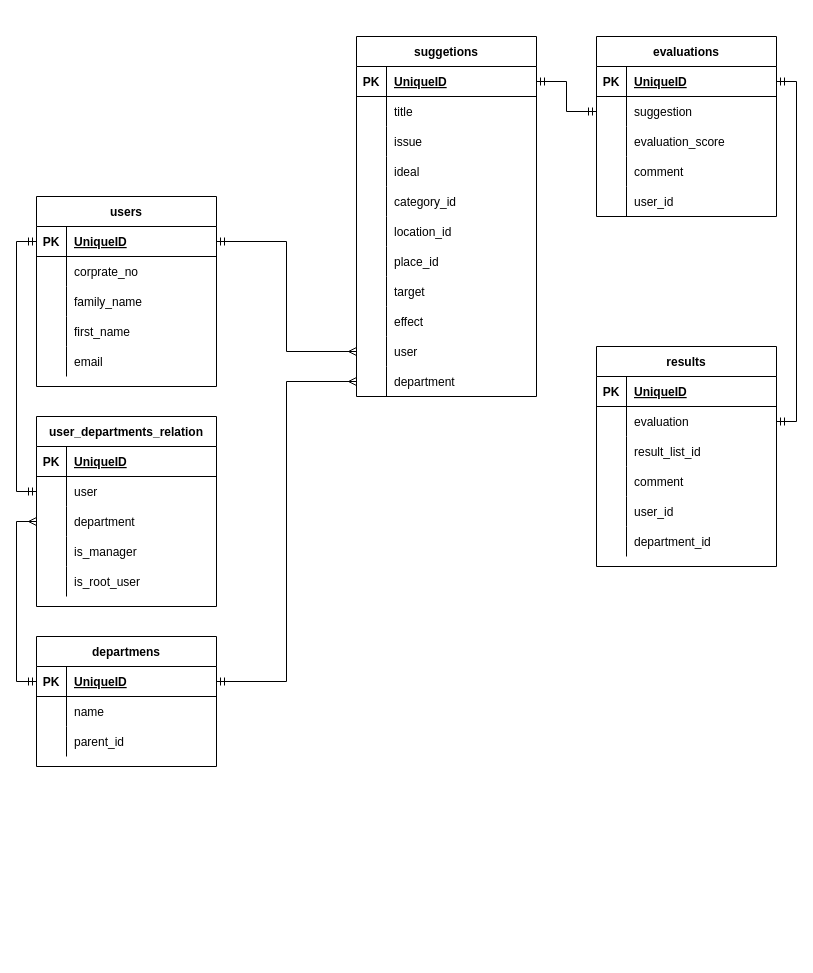
Above: db/suggestion_box_ER.dio in f-mio/suggestion_box (draw.io), before the change. Source tidied: cells renumbered, new cells numbered last; positions are measured from the earlier drawing's top-left corner, leaving out a move shared by most shapes. Both pictures are drawn from the tidied source at 100%, with x=0, y=0 at pixel (36, 36).
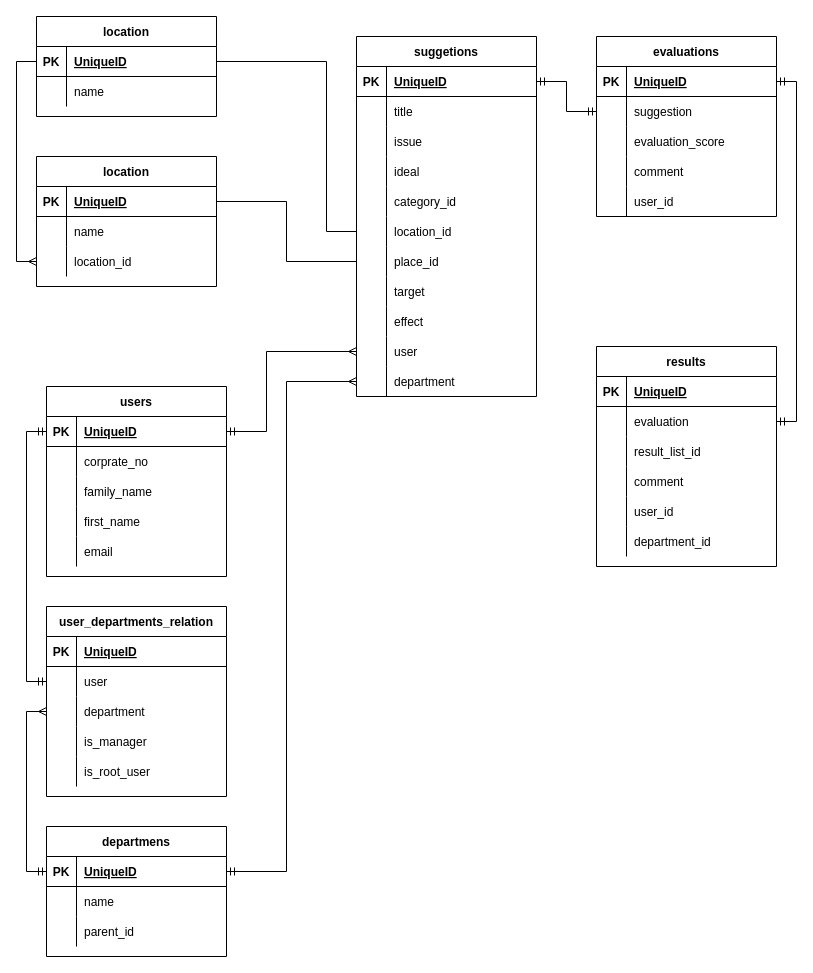
The same diagram, later.

The change refers to these unchanged cells:
```xml
<mxCell id="18" style="shape=partialRectangle;fillColor=none;top=0;left=0;bottom=0;right=0;points=[[0,0.5],[1,0.5]];portConstraint=eastwest;" parent="2" vertex="1">
  <mxGeometry y="180" width="180" height="30" as="geometry" />
</mxCell>
<mxCell id="21" style="shape=partialRectangle;fillColor=none;top=0;left=0;bottom=0;right=0;points=[[0,0.5],[1,0.5]];portConstraint=eastwest;" parent="2" vertex="1">
  <mxGeometry y="210" width="180" height="30" as="geometry" />
</mxCell>
<mxCell id="30" style="shape=partialRectangle;fillColor=none;top=0;left=0;bottom=0;right=0;points=[[0,0.5],[1,0.5]];portConstraint=eastwest;" parent="2" vertex="1">
  <mxGeometry y="300" width="180" height="30" as="geometry" />
</mxCell>
<mxCell id="33" style="shape=partialRectangle;fillColor=none;top=0;left=0;bottom=0;right=0;points=[[0,0.5],[1,0.5]];portConstraint=eastwest;" parent="2" vertex="1">
  <mxGeometry y="330" width="180" height="30" as="geometry" />
</mxCell>
<mxCell id="37" style="shape=partialRectangle;fillColor=none;top=0;left=0;bottom=1;right=0;points=[[0,0.5],[1,0.5]];portConstraint=eastwest;" parent="36" vertex="1">
  <mxGeometry y="30" width="180" height="30" as="geometry" />
</mxCell>
<mxCell id="91" style="shape=partialRectangle;fillColor=none;top=0;left=0;bottom=1;right=0;points=[[0,0.5],[1,0.5]];portConstraint=eastwest;" parent="90" vertex="1">
  <mxGeometry y="30" width="180" height="30" as="geometry" />
</mxCell>
```

The edit, as a diff of the source:
```diff
@@
     <mxCell id="36" value="users" style="shape=table;startSize=30;childLayout=tableLayout;rowLines=0;fontStyle=1;align=center;" parent="1" vertex="1">
-      <mxGeometry y="160" width="180" height="190" as="geometry" />
+      <mxGeometry x="10" y="350" width="180" height="190" as="geometry" />
     </mxCell>
@@
     <mxCell id="87" style="edgeStyle=orthogonalEdgeStyle;rounded=0;jettySize=auto;html=1;entryX=0;entryY=0.5;entryDx=0;entryDy=0;endArrow=ERmany;endFill=0;startArrow=ERmandOne;startFill=0;" parent="1" edge="1" source="37" target="30">
-      <mxGeometry relative="1" as="geometry" />
+      <mxGeometry relative="1" as="geometry">
+        <Array as="points">
+          <mxPoint x="230" y="395" />
+          <mxPoint x="230" y="315" />
+        </Array>
+      </mxGeometry>
     </mxCell>
@@
     <mxCell id="90" value="departmens" style="shape=table;startSize=30;childLayout=tableLayout;rowLines=0;fontStyle=1;align=center;" parent="1" vertex="1">
-      <mxGeometry y="600" width="180" height="130" as="geometry" />
+      <mxGeometry x="10" y="790" width="180" height="130" as="geometry" />
     </mxCell>
@@
     <mxCell id="100" value="user_departments_relation" style="shape=table;startSize=30;childLayout=tableLayout;rowLines=0;fontStyle=1;align=center;" parent="1" vertex="1">
-      <mxGeometry y="380" width="180" height="190" as="geometry" />
+      <mxGeometry x="10" y="570" width="180" height="190" as="geometry" />
     </mxCell>
@@
     <mxCell id="118" style="edgeStyle=orthogonalEdgeStyle;rounded=0;jettySize=auto;html=1;exitX=1;exitY=0.5;exitDx=0;exitDy=0;entryX=0;entryY=0.5;entryDx=0;entryDy=0;startArrow=ERmandOne;startFill=0;endArrow=ERmany;endFill=0;" parent="1" edge="1" source="91" target="33">
-      <mxGeometry relative="1" as="geometry" />
+      <mxGeometry relative="1" as="geometry">
+        <Array as="points">
+          <mxPoint x="250" y="835" />
+          <mxPoint x="250" y="345" />
+        </Array>
+      </mxGeometry>
     </mxCell>
+    <mxCell id="119" value="location" style="shape=table;startSize=30;childLayout=tableLayout;rowLines=0;fontStyle=1;align=center;" parent="1" vertex="1">
+      <mxGeometry y="-20" width="180" height="100" as="geometry" />
+    </mxCell>
+    <mxCell id="120" style="shape=partialRectangle;fillColor=none;top=0;left=0;bottom=1;right=0;points=[[0,0.5],[1,0.5]];portConstraint=eastwest;" parent="119" vertex="1">
+      <mxGeometry y="30" width="180" height="30" as="geometry" />
+    </mxCell>
+    <mxCell id="121" value="PK" style="shape=partialRectangle;fillColor=none;top=0;left=0;bottom=0;right=0;fontStyle=1;overflow=hidden;" parent="120" vertex="1">
+      <mxGeometry width="30" height="30" as="geometry" />
+    </mxCell>
+    <mxCell id="122" value="UniqueID" style="shape=partialRectangle;fillColor=none;top=0;left=0;bottom=0;right=0;align=left;spacingLeft=6;fontStyle=5;overflow=hidden;" parent="120" vertex="1">
+      <mxGeometry x="30" width="150" height="30" as="geometry" />
+    </mxCell>
+    <mxCell id="123" style="shape=partialRectangle;fillColor=none;top=0;left=0;bottom=0;right=0;" parent="119" vertex="1">
+      <mxGeometry y="60" width="180" height="30" as="geometry" />
+    </mxCell>
+    <mxCell id="124" style="shape=partialRectangle;fillColor=none;top=0;left=0;bottom=0;right=0;overflow=hidden;" parent="123" vertex="1">
+      <mxGeometry width="30" height="30" as="geometry" />
+    </mxCell>
+    <mxCell id="125" value="name" style="shape=partialRectangle;fillColor=none;top=0;left=0;bottom=0;right=0;align=left;spacingLeft=6;overflow=hidden;" parent="123" vertex="1">
+      <mxGeometry x="30" width="150" height="30" as="geometry" />
+    </mxCell>
+    <mxCell id="126" value="location" style="shape=table;startSize=30;childLayout=tableLayout;rowLines=0;fontStyle=1;align=center;" parent="1" vertex="1">
+      <mxGeometry y="120" width="180" height="130" as="geometry" />
+    </mxCell>
+    <mxCell id="127" style="shape=partialRectangle;fillColor=none;top=0;left=0;bottom=1;right=0;points=[[0,0.5],[1,0.5]];portConstraint=eastwest;" parent="126" vertex="1">
+      <mxGeometry y="30" width="180" height="30" as="geometry" />
+    </mxCell>
+    <mxCell id="128" value="PK" style="shape=partialRectangle;fillColor=none;top=0;left=0;bottom=0;right=0;fontStyle=1;overflow=hidden;" parent="127" vertex="1">
+      <mxGeometry width="30" height="30" as="geometry" />
+    </mxCell>
+    <mxCell id="129" value="UniqueID" style="shape=partialRectangle;fillColor=none;top=0;left=0;bottom=0;right=0;align=left;spacingLeft=6;fontStyle=5;overflow=hidden;" parent="127" vertex="1">
+      <mxGeometry x="30" width="150" height="30" as="geometry" />
+    </mxCell>
+    <mxCell id="130" style="shape=partialRectangle;fillColor=none;top=0;left=0;bottom=0;right=0;" parent="126" vertex="1">
+      <mxGeometry y="60" width="180" height="30" as="geometry" />
+    </mxCell>
+    <mxCell id="131" style="shape=partialRectangle;fillColor=none;top=0;left=0;bottom=0;right=0;overflow=hidden;" parent="130" vertex="1">
+      <mxGeometry width="30" height="30" as="geometry" />
+    </mxCell>
+    <mxCell id="132" value="name" style="shape=partialRectangle;fillColor=none;top=0;left=0;bottom=0;right=0;align=left;spacingLeft=6;overflow=hidden;" parent="130" vertex="1">
+      <mxGeometry x="30" width="150" height="30" as="geometry" />
+    </mxCell>
+    <mxCell id="133" style="shape=partialRectangle;fillColor=none;top=0;left=0;bottom=0;right=0;points=[[0,0.5],[1,0.5]];portConstraint=eastwest;" parent="126" vertex="1">
+      <mxGeometry y="90" width="180" height="30" as="geometry" />
+    </mxCell>
+    <mxCell id="134" style="shape=partialRectangle;fillColor=none;top=0;left=0;bottom=0;right=0;overflow=hidden;" parent="133" vertex="1">
+      <mxGeometry width="30" height="30" as="geometry" />
+    </mxCell>
+    <mxCell id="135" value="location_id" style="shape=partialRectangle;fillColor=none;top=0;left=0;bottom=0;right=0;align=left;spacingLeft=6;overflow=hidden;" parent="133" vertex="1">
+      <mxGeometry x="30" width="150" height="30" as="geometry" />
+    </mxCell>
+    <mxCell id="136" style="edgeStyle=orthogonalEdgeStyle;rounded=0;jettySize=auto;html=1;exitX=0;exitY=0.5;exitDx=0;exitDy=0;entryX=0;entryY=0.5;entryDx=0;entryDy=0;endArrow=ERmany;endFill=0;" parent="1" edge="1" source="120" target="133">
+      <mxGeometry relative="1" as="geometry" />
+    </mxCell>
+    <mxCell id="137" style="edgeStyle=orthogonalEdgeStyle;rounded=0;jettySize=auto;html=1;exitX=1;exitY=0.5;exitDx=0;exitDy=0;entryX=0;entryY=0.5;entryDx=0;entryDy=0;endArrow=none;endFill=0;" parent="1" edge="1" source="120" target="18">
+      <mxGeometry relative="1" as="geometry">
+        <Array as="points">
+          <mxPoint x="290" y="25" />
+          <mxPoint x="290" y="195" />
+        </Array>
+      </mxGeometry>
+    </mxCell>
+    <mxCell id="138" style="edgeStyle=orthogonalEdgeStyle;rounded=0;jettySize=auto;html=1;exitX=1;exitY=0.5;exitDx=0;exitDy=0;endArrow=none;endFill=0;" parent="1" edge="1" source="127" target="21">
+      <mxGeometry relative="1" as="geometry" />
+    </mxCell>
```
